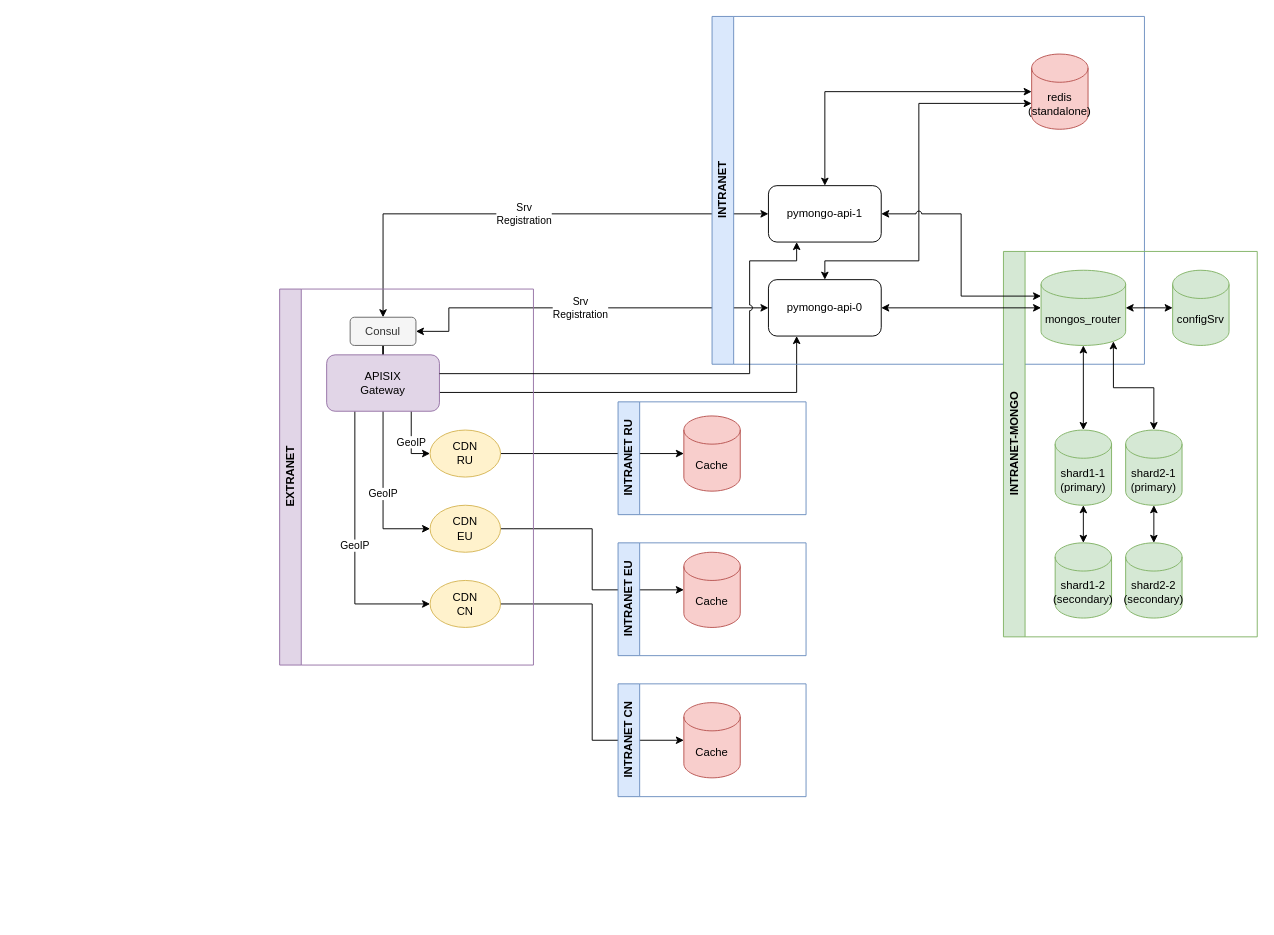
This is page "CDN" (6 of 6) of task1.drawio from ya-robot/architecture-sprint-2, a draw.io file, before an edit. Source tidied: cells renumbered, new cells numbered last; positions are measured from the earlier drawing's top-left corner, leaving out a move shared by most shapes. Both pictures are drawn from the tidied source at 94%, with x=0, y=0 at pixel (279, 16).
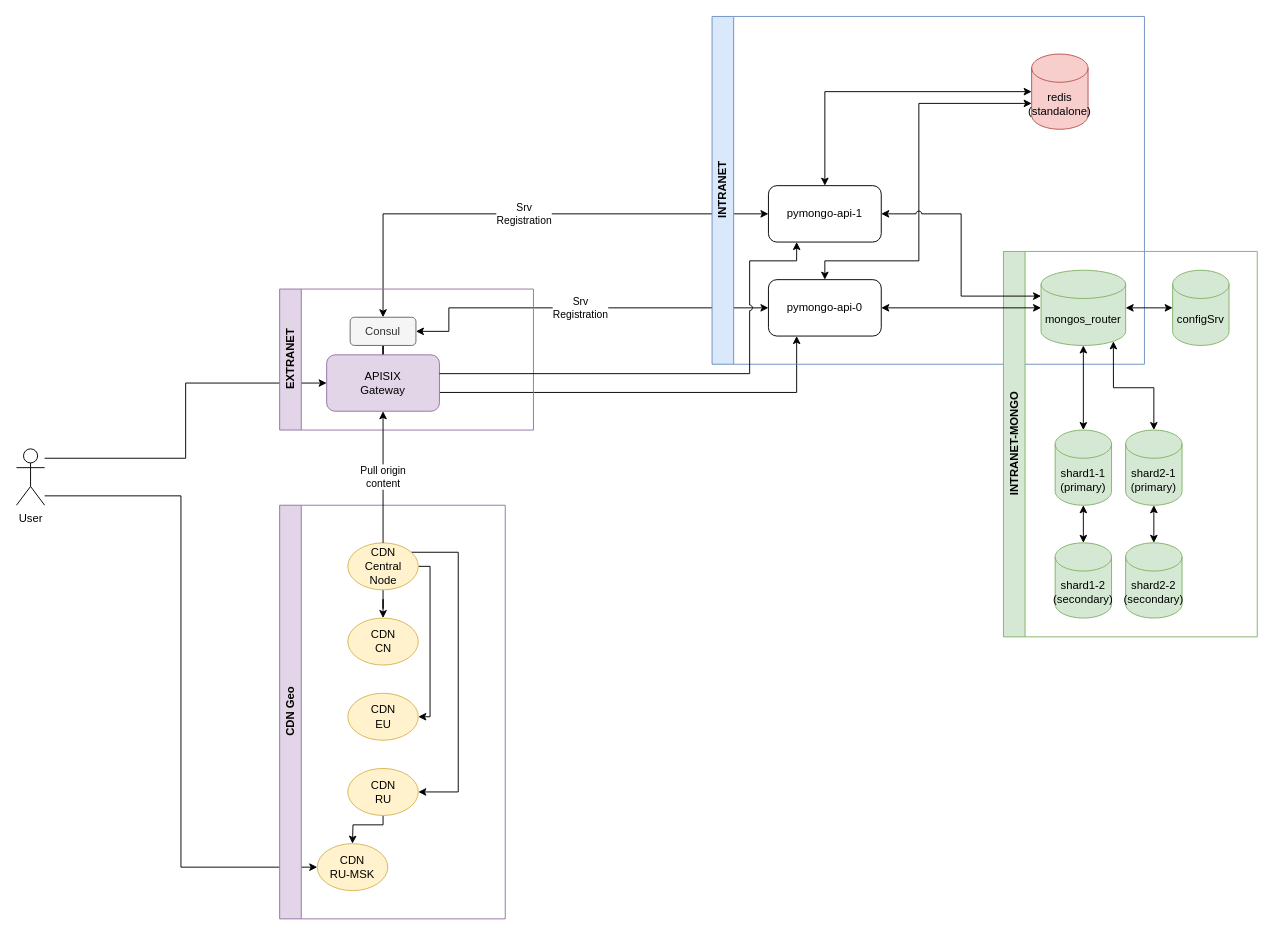
The same diagram, later.

Commit message:
updated cdn route schema

The change refers to these unchanged cells:
```xml
<mxCell id="9" value="pymongo-api-1" style="rounded=1;whiteSpace=wrap;html=1;" parent="8" vertex="1">
  <mxGeometry x="60" y="180" width="120" height="60" as="geometry" />
</mxCell>
<mxCell id="12" value="pymongo-api-0" style="rounded=1;whiteSpace=wrap;html=1;" parent="8" vertex="1">
  <mxGeometry x="60" y="280" width="120" height="60" as="geometry" />
</mxCell>
<mxCell id="22" value="mongos_router" style="shape=cylinder3;whiteSpace=wrap;html=1;boundedLbl=1;backgroundOutline=1;size=15;fillColor=#d5e8d4;strokeColor=#82b366;" parent="14" vertex="1">
  <mxGeometry x="40" y="20" width="90" height="80" as="geometry" />
</mxCell>
<mxCell id="31" value="APISIX&lt;div&gt;Gateway&lt;/div&gt;" style="rounded=1;whiteSpace=wrap;html=1;fillColor=#e1d5e7;strokeColor=#9673a6;" parent="26" vertex="1">
  <mxGeometry x="50" y="70" width="120" height="60" as="geometry" />
</mxCell>
```

Diff of the diagram source:
```diff
@@
-    <mxCell id="2" style="edgeStyle=orthogonalEdgeStyle;rounded=0;jettySize=auto;html=1;entryX=0;entryY=0.5;entryDx=0;entryDy=0;entryPerimeter=0;" parent="1" edge="1" source="35" target="44">
-      <mxGeometry relative="1" as="geometry" />
-    </mxCell>
-    <mxCell id="3" style="edgeStyle=orthogonalEdgeStyle;rounded=0;jettySize=auto;html=1;entryX=0;entryY=0.5;entryDx=0;entryDy=0;entryPerimeter=0;" parent="1" edge="1" source="34" target="42">
-      <mxGeometry relative="1" as="geometry" />
-    </mxCell>
-    <mxCell id="4" style="edgeStyle=orthogonalEdgeStyle;rounded=0;jettySize=auto;html=1;entryX=0;entryY=0.5;entryDx=0;entryDy=0;entryPerimeter=0;" parent="1" edge="1" source="33" target="40">
-      <mxGeometry relative="1" as="geometry" />
-    </mxCell>
+    <mxCell id="45" style="edgeStyle=orthogonalEdgeStyle;rounded=0;jettySize=auto;html=1;entryX=0;entryY=0.5;entryDx=0;entryDy=0;" parent="1" edge="1" source="47" target="31">
+      <mxGeometry relative="1" as="geometry">
+        <Array as="points">
+          <mxPoint x="-100" y="470" />
+          <mxPoint x="-100" y="390" />
+        </Array>
+      </mxGeometry>
+    </mxCell>
@@
     <mxCell id="26" value="EXTRANET" style="swimlane;horizontal=0;whiteSpace=wrap;html=1;fillColor=#e1d5e7;strokeColor=#9673a6;" parent="1" vertex="1">
-      <mxGeometry y="290" width="270" height="400" as="geometry" />
+      <mxGeometry y="290" width="270" height="150" as="geometry" />
     </mxCell>
@@
-    <mxCell id="28" value="GeoIP" style="edgeStyle=orthogonalEdgeStyle;rounded=0;jettySize=auto;html=1;entryX=0;entryY=0.5;entryDx=0;entryDy=0;" parent="26" edge="1" source="31" target="33">
-      <mxGeometry relative="1" as="geometry">
-        <Array as="points">
-          <mxPoint x="140" y="175" />
-        </Array>
-      </mxGeometry>
-    </mxCell>
-    <mxCell id="29" value="GeoIP" style="edgeStyle=orthogonalEdgeStyle;rounded=0;jettySize=auto;html=1;entryX=0;entryY=0.5;entryDx=0;entryDy=0;" parent="26" edge="1" source="31" target="34">
-      <mxGeometry relative="1" as="geometry" />
-    </mxCell>
-    <mxCell id="30" value="GeoIP" style="edgeStyle=orthogonalEdgeStyle;rounded=0;jettySize=auto;html=1;entryX=0;entryY=0.5;entryDx=0;entryDy=0;" parent="26" edge="1" source="31" target="35">
-      <mxGeometry relative="1" as="geometry">
-        <Array as="points">
-          <mxPoint x="80" y="335" />
-        </Array>
-      </mxGeometry>
-    </mxCell>
@@
+    <mxCell id="36" style="edgeStyle=orthogonalEdgeStyle;rounded=0;jettySize=auto;html=1;entryX=0;entryY=0.5;entryDx=0;entryDy=0;entryPerimeter=0;startArrow=classic;startFill=1;" parent="1" edge="1" source="12" target="22">
+      <mxGeometry relative="1" as="geometry" />
+    </mxCell>
+    <mxCell id="37" style="edgeStyle=orthogonalEdgeStyle;rounded=0;jettySize=auto;html=1;entryX=0;entryY=0;entryDx=0;entryDy=27.5;entryPerimeter=0;startArrow=classic;startFill=1;jumpStyle=arc;" parent="1" edge="1" source="9" target="22">
+      <mxGeometry relative="1" as="geometry" />
+    </mxCell>
+    <mxCell id="38" style="edgeStyle=orthogonalEdgeStyle;rounded=0;jettySize=auto;html=1;entryX=0.25;entryY=1;entryDx=0;entryDy=0;jumpStyle=arc;" parent="1" edge="1" source="31" target="9">
+      <mxGeometry relative="1" as="geometry">
+        <Array as="points">
+          <mxPoint x="500" y="380" />
+          <mxPoint x="500" y="260" />
+          <mxPoint x="550" y="260" />
+        </Array>
+      </mxGeometry>
+    </mxCell>
+    <mxCell id="46" style="edgeStyle=orthogonalEdgeStyle;rounded=0;jettySize=auto;html=1;entryX=0;entryY=0.5;entryDx=0;entryDy=0;" parent="1" edge="1" source="47" target="54">
+      <mxGeometry relative="1" as="geometry">
+        <Array as="points">
+          <mxPoint x="-105" y="510" />
+          <mxPoint x="-105" y="905" />
+        </Array>
+      </mxGeometry>
+    </mxCell>
+    <mxCell id="47" value="User" style="shape=umlActor;verticalLabelPosition=bottom;verticalAlign=top;html=1;outlineConnect=0;" parent="1" vertex="1">
+      <mxGeometry x="-280" y="460" width="30" height="60" as="geometry" />
+    </mxCell>
+    <mxCell id="48" value="CDN Geo" style="swimlane;horizontal=0;whiteSpace=wrap;html=1;fillColor=#e1d5e7;strokeColor=#9673a6;" parent="1" vertex="1">
+      <mxGeometry y="520" width="240" height="440" as="geometry" />
+    </mxCell>
+    <mxCell id="49" style="edgeStyle=orthogonalEdgeStyle;rounded=0;jettySize=auto;html=1;entryX=0.5;entryY=0;entryDx=0;entryDy=0;" parent="48" edge="1" source="52" target="35">
+      <mxGeometry relative="1" as="geometry" />
+    </mxCell>
+    <mxCell id="50" style="edgeStyle=orthogonalEdgeStyle;rounded=0;jettySize=auto;html=1;entryX=1;entryY=0.5;entryDx=0;entryDy=0;" parent="48" edge="1" source="52" target="34">
+      <mxGeometry relative="1" as="geometry">
+        <Array as="points">
+          <mxPoint x="160" y="65" />
+          <mxPoint x="160" y="225" />
+        </Array>
+      </mxGeometry>
+    </mxCell>
+    <mxCell id="51" style="edgeStyle=orthogonalEdgeStyle;rounded=0;jettySize=auto;html=1;entryX=1;entryY=0.5;entryDx=0;entryDy=0;" parent="48" edge="1" source="52" target="33">
+      <mxGeometry relative="1" as="geometry">
+        <Array as="points">
+          <mxPoint x="190" y="50" />
+          <mxPoint x="190" y="305" />
+        </Array>
+      </mxGeometry>
+    </mxCell>
+    <mxCell id="52" value="CDN&lt;div&gt;Central &lt;br&gt;Node&lt;/div&gt;" style="ellipse;whiteSpace=wrap;html=1;fillColor=#fff2cc;strokeColor=#d6b656;" parent="48" vertex="1">
+      <mxGeometry x="72.5" y="40" width="75" height="50" as="geometry" />
+    </mxCell>
+    <mxCell id="53" style="edgeStyle=orthogonalEdgeStyle;rounded=0;jettySize=auto;html=1;" parent="48" edge="1" source="33" target="54">
+      <mxGeometry relative="1" as="geometry">
+        <Array as="points">
+          <mxPoint x="110" y="340" />
+          <mxPoint x="78" y="340" />
+        </Array>
+      </mxGeometry>
+    </mxCell>
-    <mxCell id="33" value="CDN&lt;div&gt;RU&lt;/div&gt;" style="ellipse;whiteSpace=wrap;html=1;fillColor=#fff2cc;strokeColor=#d6b656;" parent="26" vertex="1">
-      <mxGeometry x="160" y="150" width="75" height="50" as="geometry" />
+    <mxCell id="33" value="CDN&lt;div&gt;RU&lt;/div&gt;" style="ellipse;whiteSpace=wrap;html=1;fillColor=#fff2cc;strokeColor=#d6b656;" parent="48" vertex="1">
+      <mxGeometry x="72.5" y="280" width="75" height="50" as="geometry" />
     </mxCell>
-    <mxCell id="34" value="CDN&lt;div&gt;EU&lt;/div&gt;" style="ellipse;whiteSpace=wrap;html=1;fillColor=#fff2cc;strokeColor=#d6b656;" parent="26" vertex="1">
-      <mxGeometry x="160" y="230" width="75" height="50" as="geometry" />
+    <mxCell id="34" value="CDN&lt;div&gt;EU&lt;/div&gt;" style="ellipse;whiteSpace=wrap;html=1;fillColor=#fff2cc;strokeColor=#d6b656;" parent="48" vertex="1">
+      <mxGeometry x="72.5" y="200" width="75" height="50" as="geometry" />
     </mxCell>
-    <mxCell id="35" value="CDN&lt;div&gt;CN&lt;/div&gt;" style="ellipse;whiteSpace=wrap;html=1;fillColor=#fff2cc;strokeColor=#d6b656;" parent="26" vertex="1">
-      <mxGeometry x="160" y="310" width="75" height="50" as="geometry" />
+    <mxCell id="35" value="CDN&lt;div&gt;CN&lt;/div&gt;" style="ellipse;whiteSpace=wrap;html=1;fillColor=#fff2cc;strokeColor=#d6b656;" parent="48" vertex="1">
+      <mxGeometry x="72.5" y="120" width="75" height="50" as="geometry" />
     </mxCell>
-    <mxCell id="36" style="edgeStyle=orthogonalEdgeStyle;rounded=0;jettySize=auto;html=1;entryX=0;entryY=0.5;entryDx=0;entryDy=0;entryPerimeter=0;startArrow=classic;startFill=1;" parent="1" edge="1" source="12" target="22">
-      <mxGeometry relative="1" as="geometry" />
-    </mxCell>
-    <mxCell id="37" style="edgeStyle=orthogonalEdgeStyle;rounded=0;jettySize=auto;html=1;entryX=0;entryY=0;entryDx=0;entryDy=27.5;entryPerimeter=0;startArrow=classic;startFill=1;jumpStyle=arc;" parent="1" edge="1" source="9" target="22">
-      <mxGeometry relative="1" as="geometry" />
-    </mxCell>
-    <mxCell id="38" style="edgeStyle=orthogonalEdgeStyle;rounded=0;jettySize=auto;html=1;entryX=0.25;entryY=1;entryDx=0;entryDy=0;jumpStyle=arc;" parent="1" edge="1" source="31" target="9">
-      <mxGeometry relative="1" as="geometry">
-        <Array as="points">
-          <mxPoint x="500" y="380" />
-          <mxPoint x="500" y="260" />
-          <mxPoint x="550" y="260" />
-        </Array>
-      </mxGeometry>
-    </mxCell>
-    <mxCell id="39" value="INTRANET RU" style="swimlane;horizontal=0;whiteSpace=wrap;html=1;fillColor=#dae8fc;strokeColor=#6c8ebf;" parent="1" vertex="1">
-      <mxGeometry x="360" y="410" width="200" height="120" as="geometry" />
-    </mxCell>
-    <mxCell id="40" value="Cache" style="shape=cylinder3;whiteSpace=wrap;html=1;boundedLbl=1;backgroundOutline=1;size=15;fillColor=#f8cecc;strokeColor=#b85450;" parent="39" vertex="1">
-      <mxGeometry x="70" y="15" width="60" height="80" as="geometry" />
-    </mxCell>
-    <mxCell id="41" value="INTRANET EU" style="swimlane;horizontal=0;whiteSpace=wrap;html=1;fillColor=#dae8fc;strokeColor=#6c8ebf;" parent="1" vertex="1">
-      <mxGeometry x="360" y="560" width="200" height="120" as="geometry" />
-    </mxCell>
-    <mxCell id="42" value="Cache" style="shape=cylinder3;whiteSpace=wrap;html=1;boundedLbl=1;backgroundOutline=1;size=15;fillColor=#f8cecc;strokeColor=#b85450;" parent="41" vertex="1">
-      <mxGeometry x="70" y="10" width="60" height="80" as="geometry" />
-    </mxCell>
-    <mxCell id="43" value="INTRANET CN" style="swimlane;horizontal=0;whiteSpace=wrap;html=1;fillColor=#dae8fc;strokeColor=#6c8ebf;" parent="1" vertex="1">
-      <mxGeometry x="360" y="710" width="200" height="120" as="geometry" />
-    </mxCell>
-    <mxCell id="44" value="Cache" style="shape=cylinder3;whiteSpace=wrap;html=1;boundedLbl=1;backgroundOutline=1;size=15;fillColor=#f8cecc;strokeColor=#b85450;" parent="43" vertex="1">
-      <mxGeometry x="70" y="20" width="60" height="80" as="geometry" />
-    </mxCell>
+    <mxCell id="54" value="CDN&lt;div&gt;RU-MSK&lt;/div&gt;" style="ellipse;whiteSpace=wrap;html=1;fillColor=#fff2cc;strokeColor=#d6b656;" parent="48" vertex="1">
+      <mxGeometry x="40" y="360" width="75" height="50" as="geometry" />
+    </mxCell>
+    <mxCell id="55" value="Pull origin&lt;div&gt;content&lt;/div&gt;" style="edgeStyle=orthogonalEdgeStyle;rounded=0;jettySize=auto;html=1;entryX=0.5;entryY=1;entryDx=0;entryDy=0;" parent="1" edge="1" source="52" target="31">
+      <mxGeometry relative="1" as="geometry" />
+    </mxCell>
```
